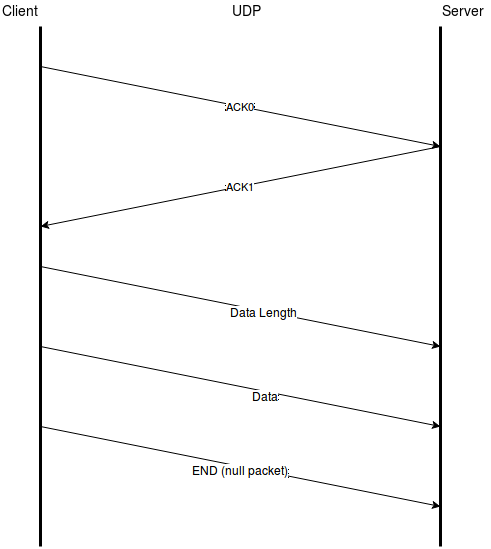
The draw.io diagram FTv2/docs/img/TFv2_Diagram.png in caffedrine/FileTransfer_UnixSockets, before a commit. Source tidied: cells renumbered, new cells last; positions are measured from the earlier drawing's top-left corner, leaving out a move shared by most shapes.
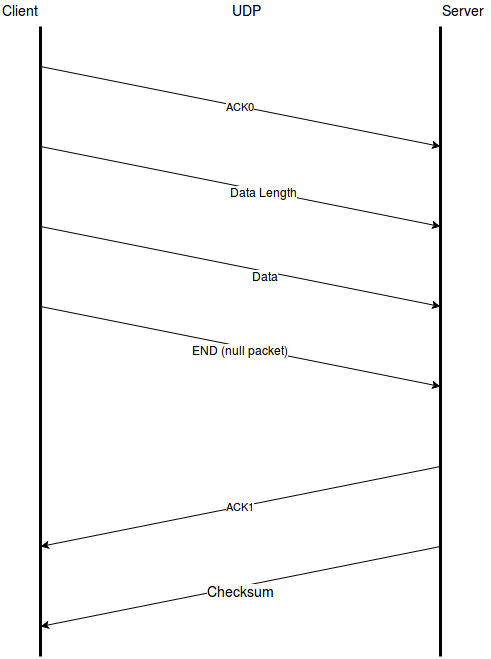
The same file after the commit.

Commit message:
dataflow diagram added

Change to the diagram source:
```diff
@@ -4,13 +4,13 @@
     <mxCell id="1" parent="0" />
     <mxCell id="2" style="endArrow=none;html=1;strokeWidth=3;" parent="1" edge="1">
       <mxGeometry relative="1" as="geometry">
-        <mxPoint x="40" y="546" as="sourcePoint" />
+        <mxPoint x="40" y="656" as="sourcePoint" />
         <mxPoint x="40" y="26" as="targetPoint" />
       </mxGeometry>
     </mxCell>
     <mxCell id="3" style="endArrow=none;html=1;shadow=0;strokeWidth=3;" parent="1" edge="1">
       <mxGeometry relative="1" as="geometry">
-        <mxPoint x="440" y="546" as="sourcePoint" />
+        <mxPoint x="440" y="656" as="sourcePoint" />
         <mxPoint x="440" y="26" as="targetPoint" />
       </mxGeometry>
     </mxCell>
@@ -28,14 +28,14 @@
     </mxCell>
     <mxCell id="7" value="ACK1" style="endArrow=classic;html=1;" parent="1" edge="1">
       <mxGeometry relative="1" as="geometry">
-        <mxPoint x="440" y="146" as="sourcePoint" />
-        <mxPoint x="40" y="226" as="targetPoint" />
+        <mxPoint x="440" y="466" as="sourcePoint" />
+        <mxPoint x="40" y="546" as="targetPoint" />
       </mxGeometry>
     </mxCell>
     <mxCell id="8" style="endArrow=classic;html=1;" parent="1" edge="1">
       <mxGeometry relative="1" as="geometry">
-        <mxPoint x="40" y="266" as="sourcePoint" />
-        <mxPoint x="440" y="346" as="targetPoint" />
+        <mxPoint x="40" y="146" as="sourcePoint" />
+        <mxPoint x="440" y="226" as="targetPoint" />
       </mxGeometry>
     </mxCell>
     <mxCell id="9" value="Data Length" style="text;html=1;align=center;verticalAlign=middle;labelBackgroundColor=#ffffff;" parent="8" vertex="1">
@@ -43,8 +43,8 @@
     </mxCell>
     <mxCell id="10" style="endArrow=classic;html=1;" parent="1" edge="1">
       <mxGeometry relative="1" as="geometry">
-        <mxPoint x="40" y="346" as="sourcePoint" />
-        <mxPoint x="440" y="426" as="targetPoint" />
+        <mxPoint x="40" y="226" as="sourcePoint" />
+        <mxPoint x="440" y="306" as="targetPoint" />
       </mxGeometry>
     </mxCell>
     <mxCell id="11" value="Data" style="text;html=1;align=center;verticalAlign=middle;labelBackgroundColor=#ffffff;" parent="10" vertex="1">
@@ -52,8 +52,8 @@
     </mxCell>
     <mxCell id="12" style="endArrow=classic;html=1;" parent="1" edge="1">
       <mxGeometry relative="1" as="geometry">
-        <mxPoint x="40" y="426" as="sourcePoint" />
-        <mxPoint x="440" y="506" as="targetPoint" />
+        <mxPoint x="40" y="306" as="sourcePoint" />
+        <mxPoint x="440" y="386" as="targetPoint" />
       </mxGeometry>
     </mxCell>
     <mxCell id="13" value="END (null packet)" style="text;html=1;align=center;verticalAlign=middle;labelBackgroundColor=#ffffff;" parent="12" vertex="1">
@@ -62,5 +62,14 @@
     <mxCell id="14" value="UDP" style="text;html=1;align=left;verticalAlign=top;spacingTop=-4;fontSize=14;" parent="1" vertex="1">
       <mxGeometry x="230" width="40" height="20" as="geometry" />
     </mxCell>
+    <mxCell id="15" style="endArrow=classic;html=1;shadow=0;strokeWidth=1;fontSize=14;" parent="1" edge="1">
+      <mxGeometry relative="1" as="geometry">
+        <mxPoint x="440" y="546" as="sourcePoint" />
+        <mxPoint x="40" y="626" as="targetPoint" />
+      </mxGeometry>
+    </mxCell>
+    <mxCell id="16" value="Checksum" style="text;html=1;align=center;verticalAlign=middle;labelBackgroundColor=#ffffff;fontSize=14;" parent="15" vertex="1">
+      <mxGeometry y="5" relative="1" as="geometry" />
+    </mxCell>
   </root>
 </mxGraphModel>
```
